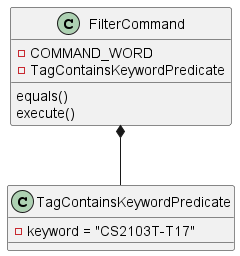
Above: docs/images/FilterDiagram3.png in nus-cs2103-AY2223S1/tp (PlantUML), before the change. The source it was exported from:
```plantuml
@startuml
class FilterCommand
class TagContainsKeywordPredicate {}

FilterCommand *-- TagContainsKeywordPredicate

class FilterCommand {
-COMMAND_WORD
-TagContainsKeywordPredicate
equals()
execute()
}
class TagContainsKeywordPredicate {
-keyword = "CS2103T-T17"
}
@enduml
```
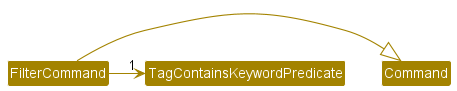
Above is the later version.

Change to the diagram source:
```diff
@@ -1,16 +1,14 @@
 @startuml
-class FilterCommand
-class TagContainsKeywordPredicate {}
+!include style.puml
+skinparam arrowThickness 1.1
+skinparam arrowColor STORAGE_COLOR
+skinparam classBackgroundColor STORAGE_COLOR
 
-FilterCommand *-- TagContainsKeywordPredicate
+Class "Command" as Command
 
-class FilterCommand {
--COMMAND_WORD
--TagContainsKeywordPredicate
-equals()
-execute()
-}
-class TagContainsKeywordPredicate {
--keyword = "CS2103T-T17"
-}
+Class "FilterCommand" as FilterCommand
+Class "TagContainsKeywordPredicate" as TagContainsKeywordPredicate
+FilterCommand -|> Command
+FilterCommand -> "1" TagContainsKeywordPredicate
+
 @enduml
```
